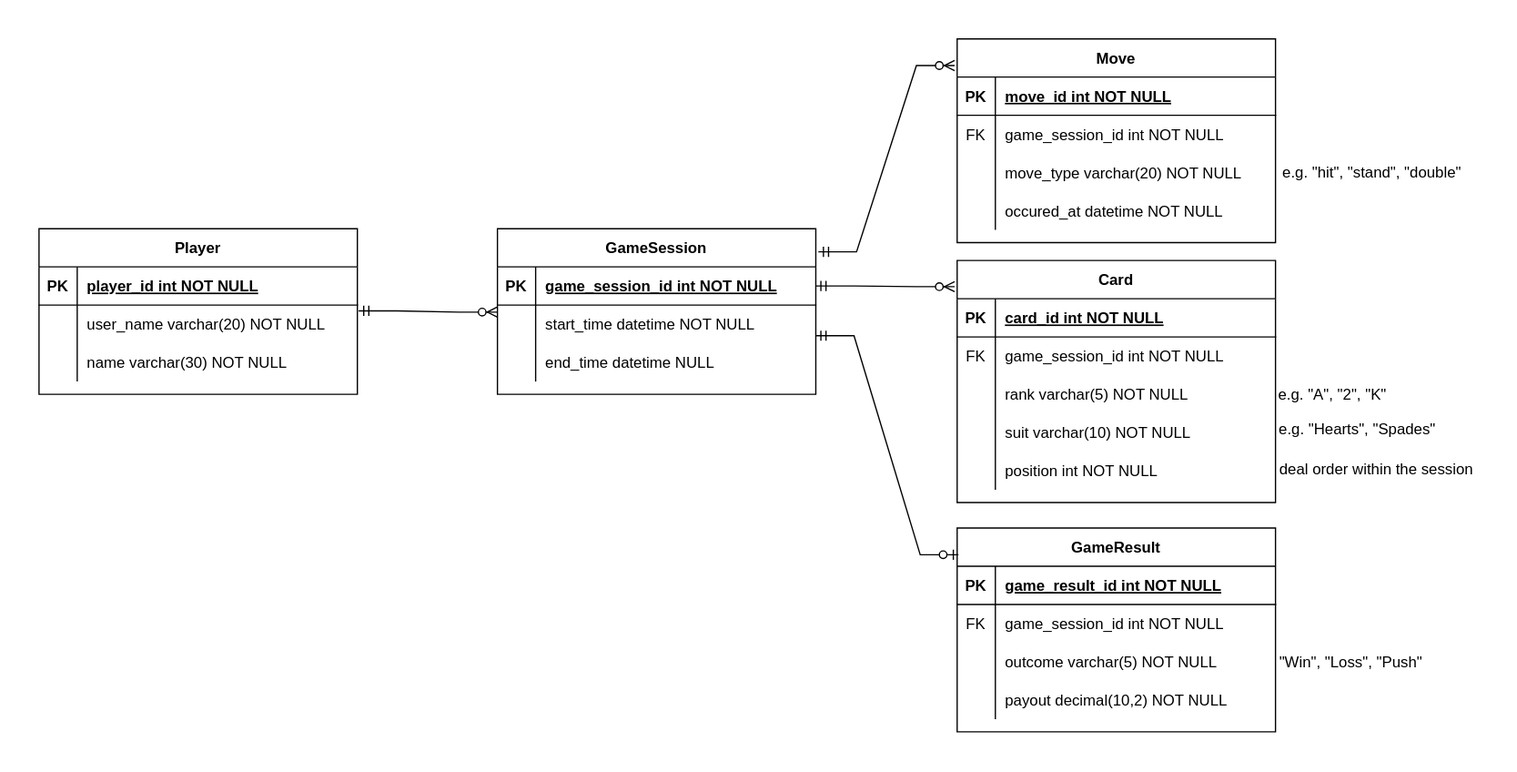
Above: requirements/ER-Diagram/er-diagram.svg in Lammer-FH/semester-project-2025-twentyone (draw.io), before the change. Source tidied: cells renumbered, new cells last; positions are measured from the earlier drawing's top-left corner, leaving out a move shared by most shapes.
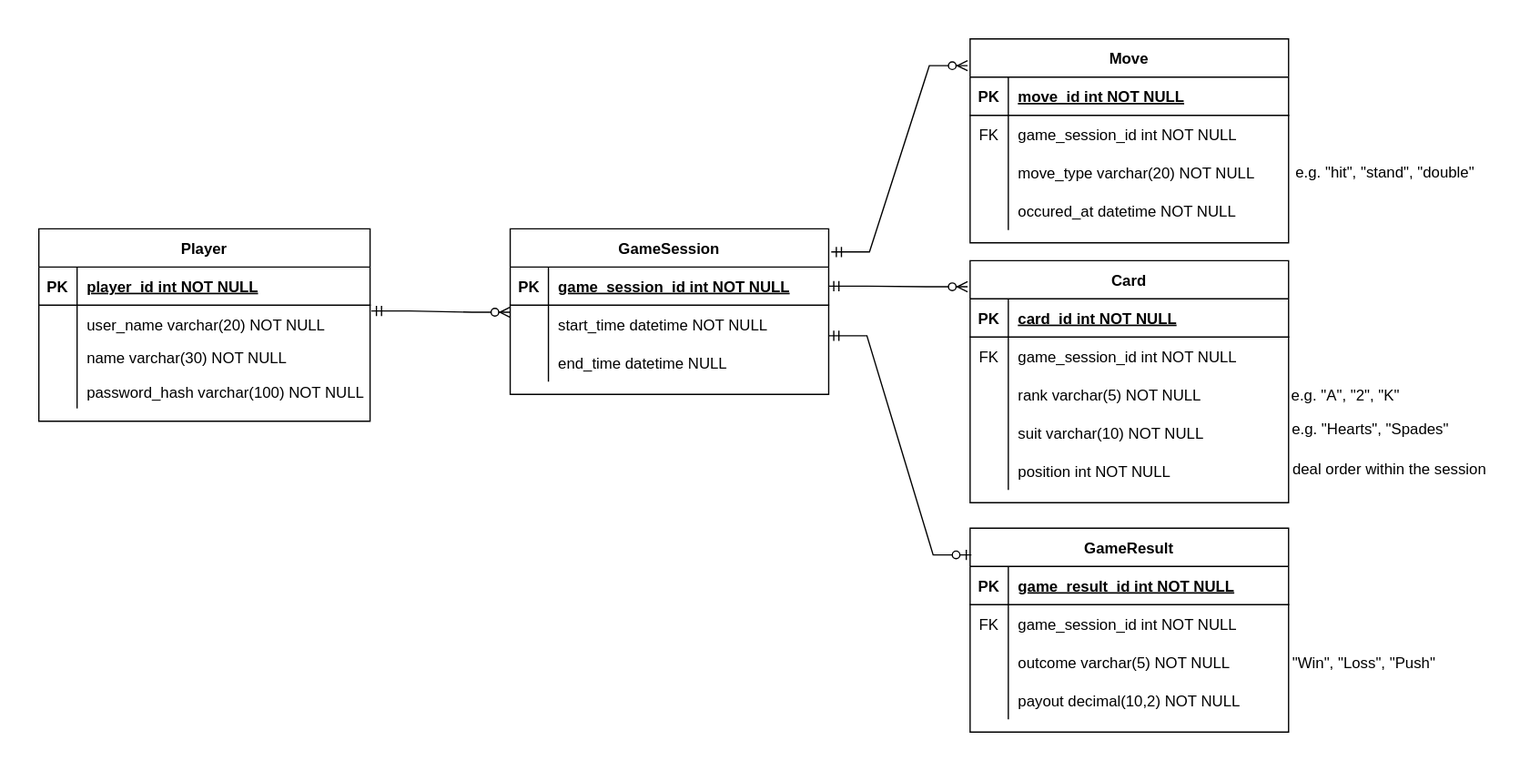
After the change.

Commit message:
add password for entity player

What changed in the source:
```diff
@@ -183,34 +183,34 @@
       <mxGeometry x="971" y="475" width="119" height="30" as="geometry" />
     </mxCell>
     <mxCell id="62" value="Player" style="shape=table;startSize=30;rowLines=0;fontStyle=1;align=center;" parent="1" vertex="1">
-      <mxGeometry y="149" width="250" height="130" as="geometry" />
+      <mxGeometry x="-10" y="149" width="260" height="151" as="geometry" />
     </mxCell>
     <mxCell id="63" style="shape=partialRectangle;fillColor=none;top=0;left=0;right=0;bottom=1;" parent="62" vertex="1">
-      <mxGeometry y="30" width="250" height="30" as="geometry" />
+      <mxGeometry y="30" width="260" height="30" as="geometry" />
     </mxCell>
     <mxCell id="64" value="PK" style="shape=partialRectangle;overflow=hidden;fillColor=none;top=0;left=0;bottom=0;right=0;fontStyle=1;" parent="63" vertex="1">
       <mxGeometry width="30" height="30" as="geometry" />
     </mxCell>
     <mxCell id="65" value="player_id int NOT NULL " style="shape=partialRectangle;overflow=hidden;fillColor=none;top=0;left=0;bottom=0;right=0;align=left;spacingLeft=6;fontStyle=5;" parent="63" vertex="1">
-      <mxGeometry x="30" width="220" height="30" as="geometry" />
+      <mxGeometry x="30" width="230" height="30" as="geometry" />
     </mxCell>
     <mxCell id="66" style="shape=partialRectangle;fillColor=none;top=0;left=0;right=0;bottom=0;" parent="62" vertex="1">
-      <mxGeometry y="60" width="250" height="30" as="geometry" />
+      <mxGeometry y="60" width="260" height="30" as="geometry" />
     </mxCell>
     <mxCell id="67" style="shape=partialRectangle;overflow=hidden;fillColor=none;top=0;left=0;bottom=0;right=0;" parent="66" vertex="1">
       <mxGeometry width="30" height="30" as="geometry" />
     </mxCell>
     <mxCell id="68" value="user_name varchar(20) NOT NULL" style="shape=partialRectangle;overflow=hidden;fillColor=none;top=0;left=0;bottom=0;right=0;align=left;spacingLeft=6;" parent="66" vertex="1">
-      <mxGeometry x="30" width="220" height="30" as="geometry" />
+      <mxGeometry x="30" width="230" height="30" as="geometry" />
     </mxCell>
     <mxCell id="69" style="shape=partialRectangle;fillColor=none;top=0;left=0;right=0;bottom=0;" parent="62" vertex="1">
-      <mxGeometry y="90" width="250" height="30" as="geometry" />
+      <mxGeometry y="90" width="260" height="51" as="geometry" />
     </mxCell>
     <mxCell id="70" style="shape=partialRectangle;overflow=hidden;fillColor=none;top=0;left=0;bottom=0;right=0;" parent="69" vertex="1">
-      <mxGeometry width="30" height="30" as="geometry" />
+      <mxGeometry width="30" height="51" as="geometry" />
     </mxCell>
-    <mxCell id="71" value="name varchar(30) NOT NULL" style="shape=partialRectangle;overflow=hidden;fillColor=none;top=0;left=0;bottom=0;right=0;align=left;spacingLeft=6;" parent="69" vertex="1">
-      <mxGeometry x="30" width="220" height="30" as="geometry" />
+    <mxCell id="71" style="shape=partialRectangle;overflow=hidden;fillColor=none;top=0;left=0;bottom=0;right=0;align=left;spacingLeft=6;" parent="69" vertex="1">
+      <mxGeometry x="30" width="230" height="51" as="geometry" />
     </mxCell>
     <mxCell id="72" style="edgeStyle=entityRelationEdgeStyle;fontSize=12;html=1;endArrow=ERzeroToMany;startArrow=ERmandOne;rounded=0;entryX=-0.008;entryY=0.108;entryDx=0;entryDy=0;entryPerimeter=0;exitX=1;exitY=0.5;exitDx=0;exitDy=0;" parent="1" edge="1">
       <mxGeometry relative="1" as="geometry">
@@ -218,5 +218,11 @@
         <mxPoint x="360" y="214.5" as="targetPoint" />
       </mxGeometry>
     </mxCell>
+    <mxCell id="73" value="name varchar(30) NOT NULL" style="shape=partialRectangle;overflow=hidden;fillColor=none;top=0;left=0;bottom=0;right=0;align=left;spacingLeft=6;" parent="1" vertex="1">
+      <mxGeometry x="20" y="235" width="220" height="30" as="geometry" />
+    </mxCell>
+    <mxCell id="74" value="password_hash varchar(100) NOT NULL" style="shape=partialRectangle;overflow=hidden;fillColor=none;top=0;left=0;bottom=0;right=0;align=left;spacingLeft=6;" parent="1" vertex="1">
+      <mxGeometry x="20" y="262" width="240" height="30" as="geometry" />
+    </mxCell>
   </root>
 </mxGraphModel>
```
